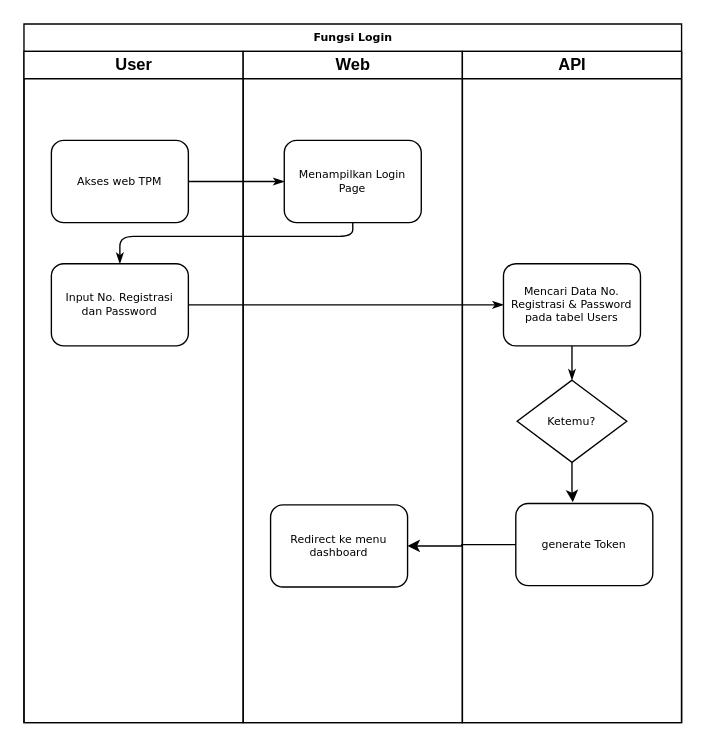
Earlier version of the draw.io diagram page "Login" (1 of 32) of ERD/TPM System Flow.drawio (alqaj/diagrams). Source tidied: cells renumbered, new cells numbered last; positions are measured from the earlier drawing's top-left corner, leaving out a move shared by most shapes. Both pictures are drawn from the tidied source at 137%, with x=0, y=0 at pixel (23, 23).
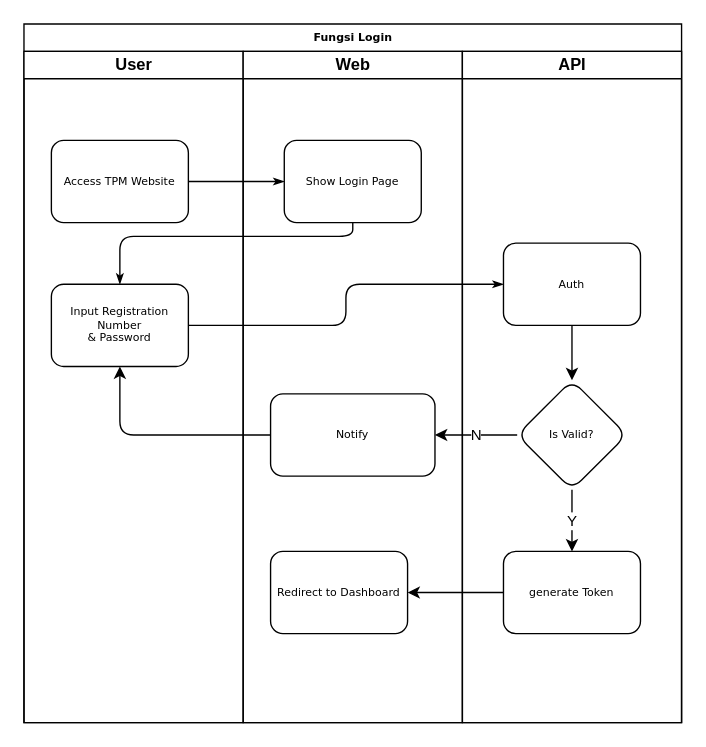
Above is the later version.

The change refers to these unchanged cells:
```xml
<mxCell id="2" value="Fungsi Login" style="swimlane;html=1;startSize=20;rounded=0;shadow=0;labelBackgroundColor=none;strokeWidth=1;fontFamily=Verdana;fontSize=8;align=center;" parent="1" vertex="1">
  <mxGeometry width="480" height="510" as="geometry" />
</mxCell>
<mxCell id="3" value="User" style="swimlane;html=1;startSize=20;" parent="2" vertex="1">
  <mxGeometry y="20" width="160" height="490" as="geometry" />
</mxCell>
<mxCell id="9" value="Web" style="swimlane;html=1;startSize=20;" parent="2" vertex="1">
  <mxGeometry x="160" y="20" width="160" height="490" as="geometry" />
</mxCell>
<mxCell id="12" value="API" style="swimlane;html=1;startSize=20;" parent="2" vertex="1">
  <mxGeometry x="320" y="20" width="160" height="490" as="geometry" />
</mxCell>
```

What changed in the source:
```diff
@@
-    <mxCell id="4" value="Akses web TPM" style="rounded=1;whiteSpace=wrap;html=1;shadow=0;labelBackgroundColor=none;strokeWidth=1;fontFamily=Verdana;fontSize=8;align=center;" parent="3" vertex="1">
+    <mxCell id="4" value="Access TPM Website" style="rounded=1;whiteSpace=wrap;html=1;shadow=0;labelBackgroundColor=none;strokeWidth=1;fontFamily=Verdana;fontSize=8;align=center;" parent="3" vertex="1">
       <mxGeometry x="20" y="65" width="100" height="60" as="geometry" />
     </mxCell>
-    <mxCell id="5" value="Input No. Registrasi &lt;br&gt;dan Password" style="rounded=1;whiteSpace=wrap;html=1;shadow=0;labelBackgroundColor=none;strokeWidth=1;fontFamily=Verdana;fontSize=8;align=center;" parent="3" vertex="1">
-      <mxGeometry x="20" y="155" width="100" height="60" as="geometry" />
+    <mxCell id="5" value="Input Registration Number&lt;br&gt;&amp;amp; Password" style="rounded=1;whiteSpace=wrap;html=1;shadow=0;labelBackgroundColor=none;strokeWidth=1;fontFamily=Verdana;fontSize=8;align=center;" parent="3" vertex="1">
+      <mxGeometry x="20" y="170" width="100" height="60" as="geometry" />
     </mxCell>
@@
-    <mxCell id="10" value="Menampilkan Login Page" style="rounded=1;whiteSpace=wrap;html=1;shadow=0;labelBackgroundColor=none;strokeWidth=1;fontFamily=Verdana;fontSize=8;align=center;" parent="9" vertex="1">
+    <mxCell id="10" value="Show Login Page" style="rounded=1;whiteSpace=wrap;html=1;shadow=0;labelBackgroundColor=none;strokeWidth=1;fontFamily=Verdana;fontSize=8;align=center;" parent="9" vertex="1">
       <mxGeometry x="30" y="65" width="100" height="60" as="geometry" />
     </mxCell>
-    <mxCell id="11" value="Redirect ke menu dashboard" style="rounded=1;whiteSpace=wrap;html=1;shadow=0;labelBackgroundColor=none;strokeWidth=1;fontFamily=Verdana;fontSize=8;align=center;" parent="9" vertex="1">
-      <mxGeometry x="20" y="331" width="100" height="60" as="geometry" />
+    <mxCell id="11" value="Redirect to Dashboard" style="rounded=1;whiteSpace=wrap;html=1;shadow=0;labelBackgroundColor=none;strokeWidth=1;fontFamily=Verdana;fontSize=8;align=center;" parent="9" vertex="1">
+      <mxGeometry x="20" y="365" width="100" height="60" as="geometry" />
     </mxCell>
+    <mxCell id="19" value="Notify" style="whiteSpace=wrap;html=1;fontSize=8;fontFamily=Verdana;rounded=1;shadow=0;labelBackgroundColor=none;strokeWidth=1;" parent="9" vertex="1">
+      <mxGeometry x="20" y="250" width="120" height="60" as="geometry" />
+    </mxCell>
@@
+    <mxCell id="20" style="edgeStyle=orthogonalEdgeStyle;rounded=0;jettySize=auto;html=1;" parent="12" edge="1" source="13" target="21">
+      <mxGeometry relative="1" as="geometry" />
+    </mxCell>
-    <mxCell id="13" value="Mencari Data No. Registrasi &amp;amp; Password&lt;br&gt;pada tabel Users" style="rounded=1;whiteSpace=wrap;html=1;shadow=0;labelBackgroundColor=none;strokeWidth=1;fontFamily=Verdana;fontSize=8;align=center;" parent="12" vertex="1">
-      <mxGeometry x="30" y="155" width="100" height="60" as="geometry" />
+    <mxCell id="13" value="Auth" style="rounded=1;whiteSpace=wrap;html=1;shadow=0;labelBackgroundColor=none;strokeWidth=1;fontFamily=Verdana;fontSize=8;align=center;" parent="12" vertex="1">
+      <mxGeometry x="30" y="140" width="100" height="60" as="geometry" />
     </mxCell>
-    <mxCell id="14" style="edgeStyle=orthogonalEdgeStyle;rounded=0;jettySize=auto;html=1;entryX=0.416;entryY=-0.015;entryDx=0;entryDy=0;entryPerimeter=0;" parent="12" edge="1" source="15" target="17">
+    <mxCell id="14" value="Y" style="edgeStyle=orthogonalEdgeStyle;rounded=1;jettySize=auto;html=1;entryX=0.5;entryY=0;entryDx=0;entryDy=0;exitX=0.5;exitY=1;exitDx=0;exitDy=0;" parent="12" edge="1" source="21" target="17">
       <mxGeometry relative="1" as="geometry" />
     </mxCell>
-    <mxCell id="15" value="Ketemu?" style="rhombus;whiteSpace=wrap;html=1;rounded=0;shadow=0;labelBackgroundColor=none;strokeWidth=1;fontFamily=Verdana;fontSize=8;align=center;" parent="12" vertex="1">
-      <mxGeometry x="40" y="240" width="80" height="60" as="geometry" />
-    </mxCell>
-    <mxCell id="16" style="edgeStyle=orthogonalEdgeStyle;rounded=1;html=1;labelBackgroundColor=none;startArrow=none;startFill=0;startSize=5;endArrow=classicThin;endFill=1;endSize=5;jettySize=auto;strokeWidth=1;fontFamily=Verdana;fontSize=8;" parent="12" edge="1" source="13" target="15">
-      <mxGeometry relative="1" as="geometry" />
-    </mxCell>
     <mxCell id="17" value="generate Token" style="rounded=1;whiteSpace=wrap;html=1;shadow=0;labelBackgroundColor=none;strokeWidth=1;fontFamily=Verdana;fontSize=8;align=center;" parent="12" vertex="1">
-      <mxGeometry x="39" y="330" width="100" height="60" as="geometry" />
+      <mxGeometry x="30" y="365" width="100" height="60" as="geometry" />
     </mxCell>
+    <mxCell id="21" value="Is Valid?" style="rhombus;whiteSpace=wrap;html=1;fontSize=8;fontFamily=Verdana;rounded=1;shadow=0;labelBackgroundColor=none;strokeWidth=1;" parent="12" vertex="1">
+      <mxGeometry x="40" y="240" width="80" height="80" as="geometry" />
+    </mxCell>
-    <mxCell id="18" style="edgeStyle=orthogonalEdgeStyle;rounded=0;jettySize=auto;html=1;entryX=1;entryY=0.5;entryDx=0;entryDy=0;" parent="2" edge="1" source="17" target="11">
+    <mxCell id="18" style="edgeStyle=orthogonalEdgeStyle;rounded=1;jettySize=auto;html=1;entryX=1;entryY=0.5;entryDx=0;entryDy=0;" parent="2" edge="1" source="17" target="11">
       <mxGeometry relative="1" as="geometry" />
     </mxCell>
+    <mxCell id="22" value="N" style="edgeStyle=orthogonalEdgeStyle;rounded=0;jettySize=auto;html=1;" parent="2" edge="1" source="21" target="19">
+      <mxGeometry relative="1" as="geometry" />
+    </mxCell>
+    <mxCell id="23" style="edgeStyle=orthogonalEdgeStyle;rounded=1;jettySize=auto;html=1;entryX=0.5;entryY=1;entryDx=0;entryDy=0;" parent="2" edge="1" source="19" target="5">
+      <mxGeometry relative="1" as="geometry" />
+    </mxCell>
```
